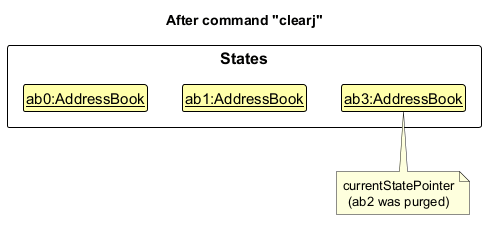
The PlantUML diagram docs/images/UndoRedoState5.png in AY2627S1-CS2103T-F10-4/tp, before a commit.
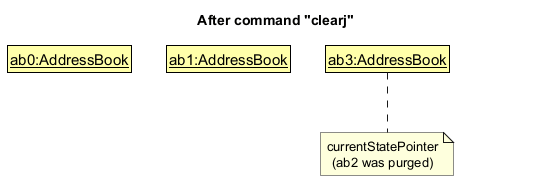
After the commit.

The edit, as a diff of the source:
```diff
@@ -3,17 +3,20 @@
 skinparam ClassFontColor #000000
 skinparam ClassBorderColor #000000
 skinparam ClassBackgroundColor #FFFFAA
+skinparam roundCorner 0
 
 title After command "clearj"
 
-package States {
-    class State1 as "<u>ab0:AddressBook</u>"
-    class State2 as "<u>ab1:AddressBook</u>"
-    class State3 as "<u>ab3:AddressBook</u>"
-}
+class State1 as "<u>ab0:AddressBook</u>"
+class State2 as "<u>ab1:AddressBook</u>"
+class State3 as "<u>ab3:AddressBook</u>"
 
 State1 -[hidden]right-> State2
 State2 -[hidden]right-> State3
 
-note bottom of State3 : currentStatePointer\n(ab2 was purged)
+class Spacer <<unused>>
+hide <<unused>>
+note "currentStatePointer\n(ab2 was purged)" as Pointer
+State3 .. Pointer
+Pointer -[hidden]right- Spacer
 @enduml
```
